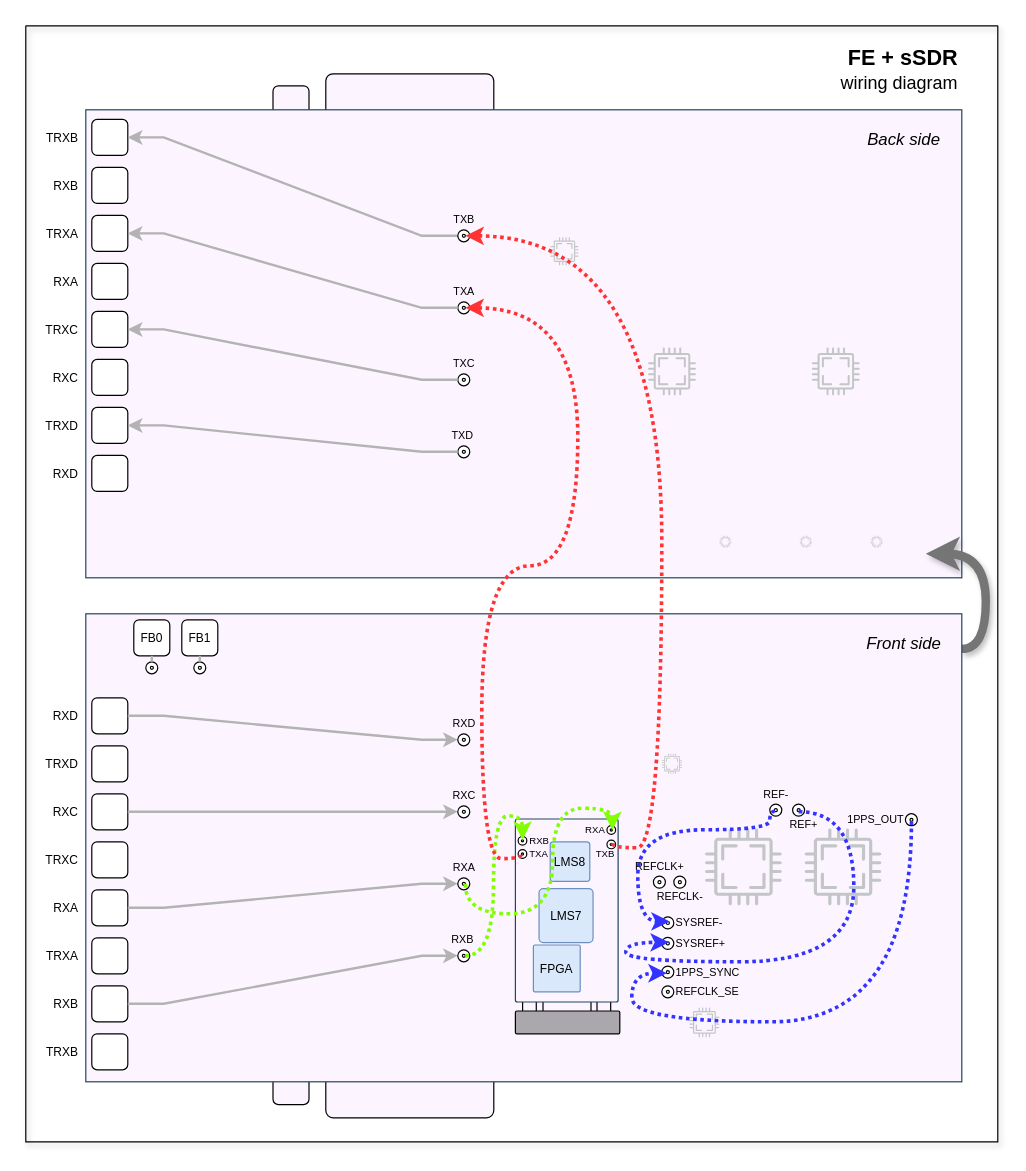
Earlier version of the draw.io diagram source/_static/fe/ssdr_wiring.drawio (wavelet-lab/docs). Source tidied: cells renumbered, new cells numbered last; positions are measured from the earlier drawing's top-left corner, leaving out a move shared by most shapes. Both pictures are drawn from the tidied source at 120%, with x=0, y=0 at pixel (25, 25).
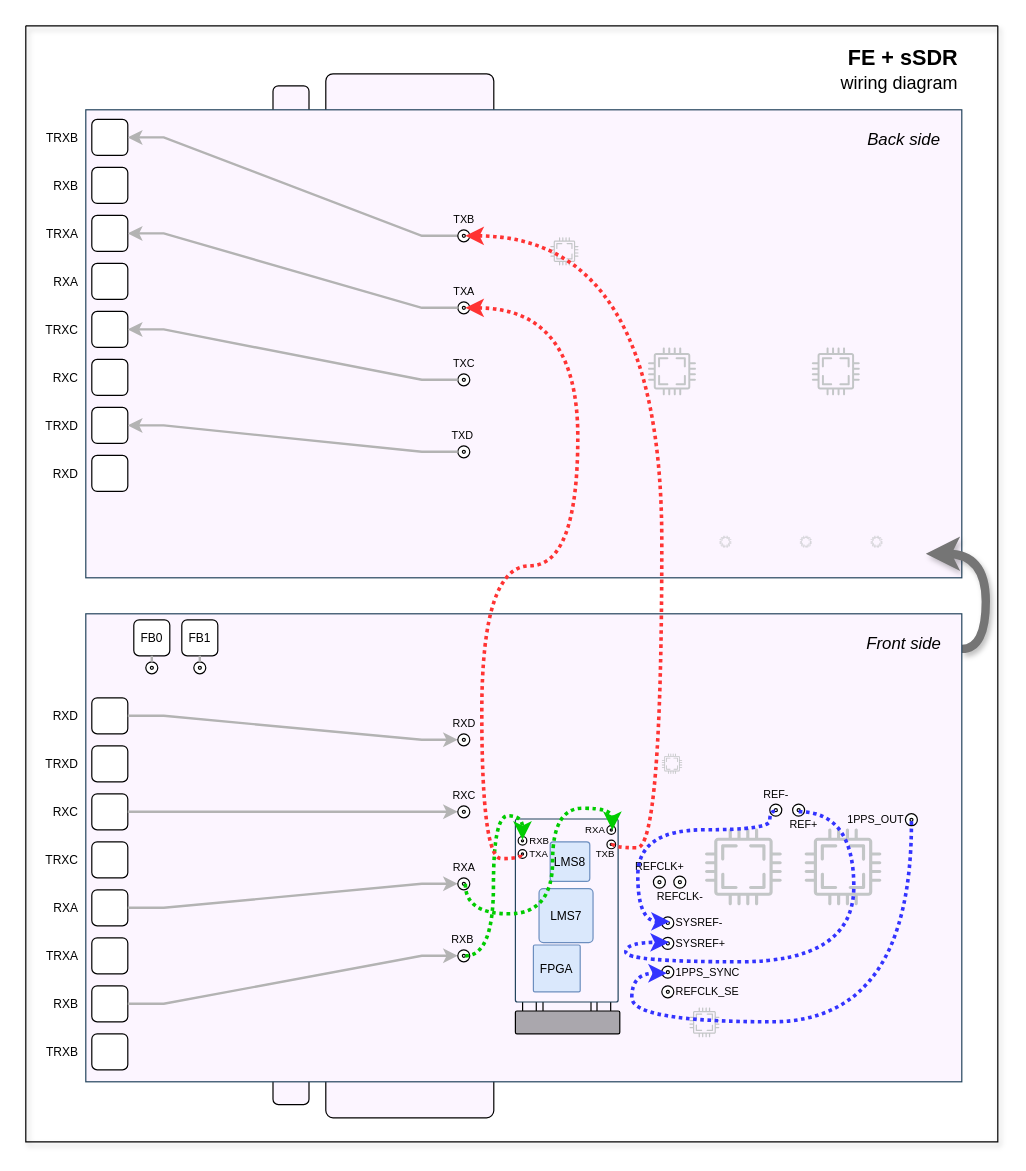
After the change.

The change refers to these unchanged cells:
```xml
<mxCell id="2" style="swimlane;startSize=0;shadow=1;rounded=0;glass=0;" parent="1" vertex="1">
  <mxGeometry width="810" height="930" as="geometry" />
</mxCell>
<mxCell id="70" style="ellipse;whiteSpace=wrap;html=1;" parent="68" vertex="1">
  <mxGeometry x="3.8" y="3.8" width="2.5" height="2.5" as="geometry" />
</mxCell>
<mxCell id="73" style="ellipse;whiteSpace=wrap;html=1;" parent="71" vertex="1">
  <mxGeometry x="3.8" y="3.8" width="2.5" height="2.5" as="geometry" />
</mxCell>
<mxCell id="92" style="ellipse;whiteSpace=wrap;html=1;direction=south;labelPosition=center;verticalLabelPosition=top;align=center;verticalAlign=bottom;horizontal=0;" parent="81" vertex="1">
  <mxGeometry x="79" y="8.3" width="1.8" height="1.8" as="geometry" />
</mxCell>
<mxCell id="97" style="ellipse;whiteSpace=wrap;html=1;direction=south;labelPosition=center;verticalLabelPosition=top;align=center;verticalAlign=bottom;horizontal=0;" parent="95" vertex="1">
  <mxGeometry x="2.7" y="2.7" width="1.8" height="1.8" as="geometry" />
</mxCell>
```

Diff of the diagram source:
```diff
@@
-    <mxCell id="99" style="edgeStyle=orthogonalEdgeStyle;rounded=0;jettySize=auto;html=1;exitX=1;exitY=0.5;exitDx=0;exitDy=0;entryX=0;entryY=0.5;entryDx=0;entryDy=0;strokeWidth=3;dashed=1;dashPattern=1 1;strokeColor=#80FF00;curved=1;" parent="2" edge="1" source="70" target="97">
+    <mxCell id="99" style="edgeStyle=orthogonalEdgeStyle;rounded=0;jettySize=auto;html=1;exitX=1;exitY=0.5;exitDx=0;exitDy=0;entryX=0;entryY=0.5;entryDx=0;entryDy=0;strokeWidth=3;dashed=1;dashPattern=1 1;strokeColor=#00CC00;curved=1;" parent="2" edge="1" source="70" target="97">
       <mxGeometry relative="1" as="geometry" />
     </mxCell>
-    <mxCell id="100" style="edgeStyle=orthogonalEdgeStyle;rounded=0;jettySize=auto;html=1;exitX=1;exitY=0.5;exitDx=0;exitDy=0;entryX=0.5;entryY=0;entryDx=0;entryDy=0;strokeWidth=3;dashed=1;dashPattern=1 1;strokeColor=#80FF00;curved=1;" parent="2" edge="1" source="73" target="92">
+    <mxCell id="100" style="edgeStyle=orthogonalEdgeStyle;rounded=0;jettySize=auto;html=1;exitX=1;exitY=0.5;exitDx=0;exitDy=0;entryX=0.5;entryY=0;entryDx=0;entryDy=0;strokeWidth=3;dashed=1;dashPattern=1 1;strokeColor=#00CC00;curved=1;" parent="2" edge="1" source="73" target="92">
       <mxGeometry relative="1" as="geometry">
         <Array as="points">
           <mxPoint x="366" y="740" />
           <mxPoint x="439" y="740" />
           <mxPoint x="439" y="652" />
           <mxPoint x="489" y="652" />
         </Array>
       </mxGeometry>
     </mxCell>
```
